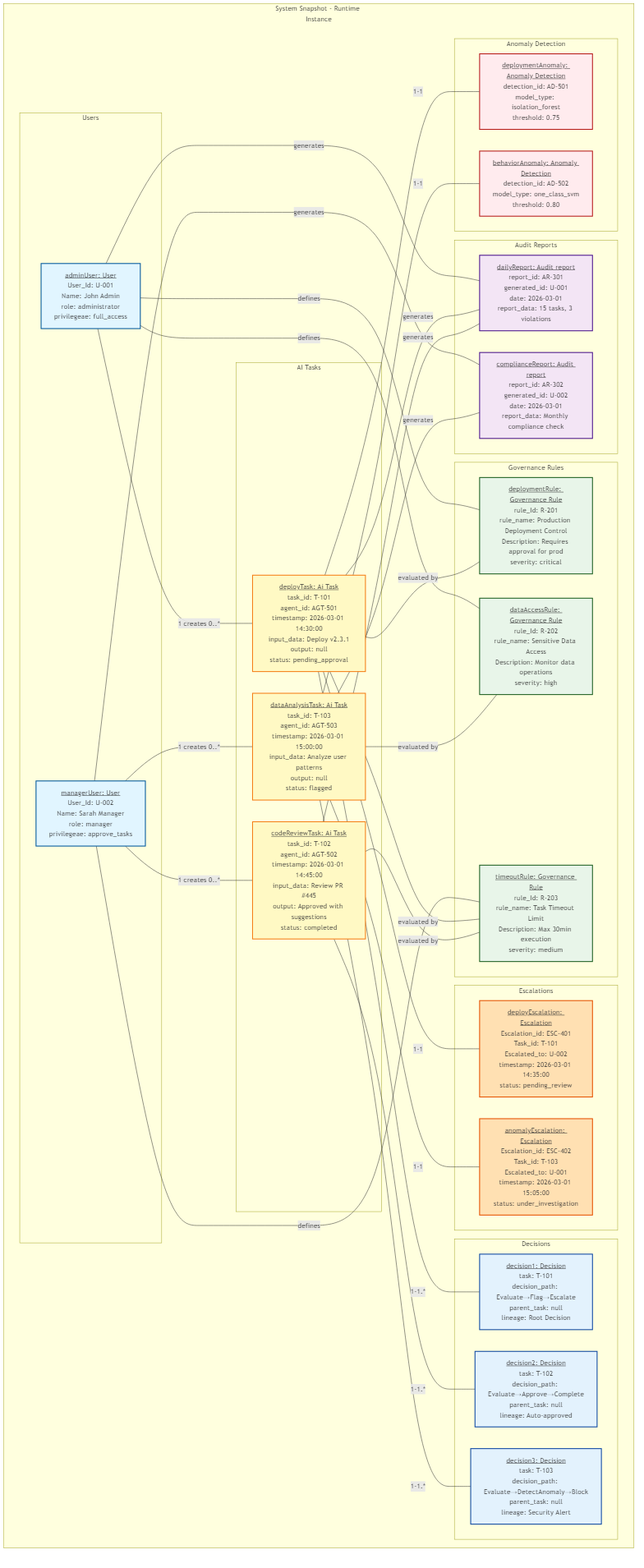
The Mermaid diagram 02_System_Design/diagrams/object_diagram.png in redwolf261/Ai-Agent-governance, before a commit. Its source is kept beside it as 02_System_Design/diagrams/object_diagram.mmd.
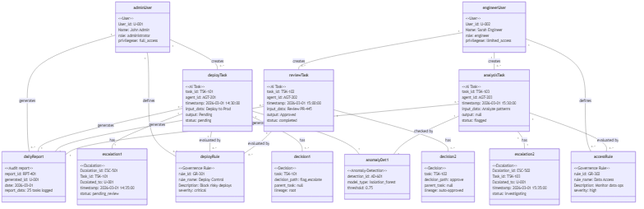
Above is the later version.

Commit message:
Update object diagram to properly match class diagram structure

The edit, as a diff of the source:
```diff
@@ -1,85 +1,136 @@
-graph TB
-    subgraph "System Snapshot - Runtime Instance"
-        subgraph Users
-            user1["<u>adminUser: User</u><br/>User_Id: U-001<br/>Name: John Admin<br/>role: administrator<br/>privilegeae: full_access"]
-            user2["<u>managerUser: User</u><br/>User_Id: U-002<br/>Name: Sarah Manager<br/>role: manager<br/>privilegeae: approve_tasks"]
-        end
+classDiagram
+    class adminUser {
+        &lt;&lt;User&gt;&gt;
+        User_Id: U-001
+        Name: John Admin
+        role: administrator
+        privilegeae: full_access
+    }
 
-        subgraph "AI Tasks"
-            task1["<u>deployTask: Ai Task</u><br/>task_id: T-101<br/>agent_id: AGT-501<br/>timestamp: 2026-03-01 14:30:00<br/>input_data: Deploy v2.3.1<br/>output: null<br/>status: pending_approval"]
-            task2["<u>codeReviewTask: Ai Task</u><br/>task_id: T-102<br/>agent_id: AGT-502<br/>timestamp: 2026-03-01 14:45:00<br/>input_data: Review PR #445<br/>output: Approved with suggestions<br/>status: completed"]
-            task3["<u>dataAnalysisTask: Ai Task</u><br/>task_id: T-103<br/>agent_id: AGT-503<br/>timestamp: 2026-03-01 15:00:00<br/>input_data: Analyze user patterns<br/>output: null<br/>status: flagged"]
-        end
+    class engineerUser {
+        &lt;&lt;User&gt;&gt;
+        User_Id: U-002
+        Name: Sarah Engineer
+        role: engineer
+        privilegeae: limited_access
+    }
 
-        subgraph "Governance Rules"
-            rule1["<u>deploymentRule: Governance Rule</u><br/>rule_Id: R-201<br/>rule_name: Production Deployment Control<br/>Description: Requires approval for prod<br/>severity: critical"]
-            rule2["<u>dataAccessRule: Governance Rule</u><br/>rule_Id: R-202<br/>rule_name: Sensitive Data Access<br/>Description: Monitor data operations<br/>severity: high"]
-            rule3["<u>timeoutRule: Governance Rule</u><br/>rule_Id: R-203<br/>rule_name: Task Timeout Limit<br/>Description: Max 30min execution<br/>severity: medium"]
-        end
+    class deployTask {
+        &lt;&lt;Ai Task&gt;&gt;
+        task_id: TSK-101
+        agent_id: AGT-201
+        timestamp: 2026-03-01 14:30:00
+        input_data: Deploy to Prod
+        output: Pending
+        status: pending
+    }
 
-        subgraph "Audit Reports"
-            report1["<u>dailyReport: Audit report</u><br/>report_id: AR-301<br/>generated_id: U-001<br/>date: 2026-03-01<br/>report_data: 15 tasks, 3 violations"]
-            report2["<u>complianceReport: Audit report</u><br/>report_id: AR-302<br/>generated_id: U-002<br/>date: 2026-03-01<br/>report_data: Monthly compliance check"]
-        end
+    class reviewTask {
+        &lt;&lt;Ai Task&gt;&gt;
+        task_id: TSK-102
+        agent_id: AGT-202
+        timestamp: 2026-03-01 15:00:00
+        input_data: Review PR-445
+        output: Approved
+        status: completed
+    }
 
-        subgraph Escalations
-            esc1["<u>deployEscalation: Escalation</u><br/>Escalation_id: ESC-401<br/>Task_id: T-101<br/>Escalated_to: U-002<br/>timestamp: 2026-03-01 14:35:00<br/>status: pending_review"]
-            esc2["<u>anomalyEscalation: Escalation</u><br/>Escalation_id: ESC-402<br/>Task_id: T-103<br/>Escalated_to: U-001<br/>timestamp: 2026-03-01 15:05:00<br/>status: under_investigation"]
-        end
+    class analysisTask {
+        &lt;&lt;Ai Task&gt;&gt;
+        task_id: TSK-103
+        agent_id: AGT-203
+        timestamp: 2026-03-01 15:30:00
+        input_data: Analyze patterns
+        output: null
+        status: flagged
+    }
 
-        subgraph Decisions
-            dec1["<u>decision1: Decision</u><br/>task: T-101<br/>decision_path: Evaluate→Flag→Escalate<br/>parent_task: null<br/>lineage: Root Decision"]
-            dec2["<u>decision2: Decision</u><br/>task: T-102<br/>decision_path: Evaluate→Approve→Complete<br/>parent_task: null<br/>lineage: Auto-approved"]
-            dec3["<u>decision3: Decision</u><br/>task: T-103<br/>decision_path: Evaluate→DetectAnomaly→Block<br/>parent_task: null<br/>lineage: Security Alert"]
-        end
+    class deployRule {
+        &lt;&lt;Governence Rule&gt;&gt;
+        rule_Id: GR-301
+        rule_name: Deploy Control
+        Description: Block risky deploys
+        severity: critical
+    }
 
-        subgraph "Anomaly Detection"
-            anomaly1["<u>deploymentAnomaly: Anomaly Detection</u><br/>detection_id: AD-501<br/>model_type: isolation_forest<br/>threshold: 0.75"]
-            anomaly2["<u>behaviorAnomaly: Anomaly Detection</u><br/>detection_id: AD-502<br/>model_type: one_class_svm<br/>threshold: 0.80"]
-        end
-    end
+    class accessRule {
+        &lt;&lt;Governence Rule&gt;&gt;
+        rule_Id: GR-302
+        rule_name: Data Access
+        Description: Monitor data ops
+        severity: high
+    }
 
-    user1 ---|1 creates 0..*| task1
-    user1 ---|generates| report1
-    user1 ---|defines| rule1
-    user1 ---|defines| rule2
+    class dailyReport {
+        &lt;&lt;Audit report&gt;&gt;
+        report_id: RPT-401
+        generated_id: U-001
+        date: 2026-03-01
+        report_data: 25 tasks logged
+    }
 
-    user2 ---|1 creates 0..*| task2
-    user2 ---|1 creates 0..*| task3
-    user2 ---|generates| report2
-    user2 ---|defines| rule3
+    class escalation1 {
+        &lt;&lt;Escalation&gt;&gt;
+        Escalation_id: ESC-501
+        Task_id: TSK-101
+        Escalated_to: U-001
+        timestamp: 2026-03-01 14:35:00
+        status: pending_review
+    }
 
-    task1 ---|generates| report1
-    task2 ---|generates| report1
-    task3 ---|generates| report2
+    class escalation2 {
+        &lt;&lt;Escalation&gt;&gt;
+        Escalation_id: ESC-502
+        Task_id: TSK-103
+        Escalated_to: U-001
+        timestamp: 2026-03-01 15:35:00
+        status: investigating
+    }
 
-    task1 ---|1-1| esc1
-    task3 ---|1-1| esc2
+    class decision1 {
+        &lt;&lt;Decision&gt;&gt;
+        task: TSK-101
+        decision_path: flag,escalate
+        parent_task: null
+        lineage: root
+    }
 
-    task1 ---|evaluated by| rule1
-    task1 ---|evaluated by| rule3
-    task2 ---|evaluated by| rule3
-    task3 ---|evaluated by| rule2
+    class decision2 {
+        &lt;&lt;Decision&gt;&gt;
+        task: TSK-102
+        decision_path: approve
+        parent_task: null
+        lineage: auto-approved
+    }
 
-    task1 ---|1-1.*| dec1
-    task2 ---|1-1.*| dec2
-    task3 ---|1-1.*| dec3
+    class anomalyDet1 {
+        &lt;&lt;Anomaly-Detection&gt;&gt;
+        detection_id: AD-601
+        model_type: isolation_forest
+        threshold: 0.75
+    }
 
-    task1 ---|1-1| anomaly1
-    task3 ---|1-1| anomaly2
+    adminUser "1" -- "0..*" deployTask : creates
+    adminUser "1" -- "0..*" dailyReport : generates
+    adminUser "1" -- "0..*" deployRule : defines
 
-    classDef userClass fill:#e1f5ff,stroke:#01579b,stroke-width:2px
-    classDef taskClass fill:#fff9c4,stroke:#f57f17,stroke-width:2px
-    classDef ruleClass fill:#e8f5e9,stroke:#1b5e20,stroke-width:2px
-    classDef reportClass fill:#f3e5f5,stroke:#4a148c,stroke-width:2px
-    classDef escalationClass fill:#ffe0b2,stroke:#e65100,stroke-width:2px
-    classDef decisionClass fill:#e3f2fd,stroke:#0d47a1,stroke-width:2px
-    classDef anomalyClass fill:#ffebee,stroke:#b71c1c,stroke-width:2px
+    engineerUser "1" -- "0..*" reviewTask : creates
+    engineerUser "1" -- "0..*" analysisTask : creates
+    engineerUser "1" -- "0..*" accessRule : defines
 
-    class user1,user2 userClass
-    class task1,task2,task3 taskClass
-    class rule1,rule2,rule3 ruleClass
-    class report1,report2 reportClass
-    class esc1,esc2 escalationClass
-    class dec1,dec2,dec3 decisionClass
-    class anomaly1,anomaly2 anomalyClass
+    deployTask "0..*" -- "1" dailyReport : generates
+    reviewTask "0..*" -- "1" dailyReport : generates
+    analysisTask "0..*" -- "1" dailyReport : generates
+
+    deployTask "1" -- "1" escalation1 : has
+    analysisTask "1" -- "1" escalation2 : has
+
+    deployTask "1" -- "0..*" deployRule : evaluated by
+    reviewTask "1" -- "0..*" deployRule : evaluated by
+    analysisTask "1" -- "0..*" accessRule : evaluated by
+
+    deployTask "1" -- "1..*" decision1 : has
+    reviewTask "1" -- "1..*" decision2 : has
+
+    deployTask "1" -- "1" anomalyDet1 : checked by
+    analysisTask "1" -- "1" anomalyDet1 : checked by
```
